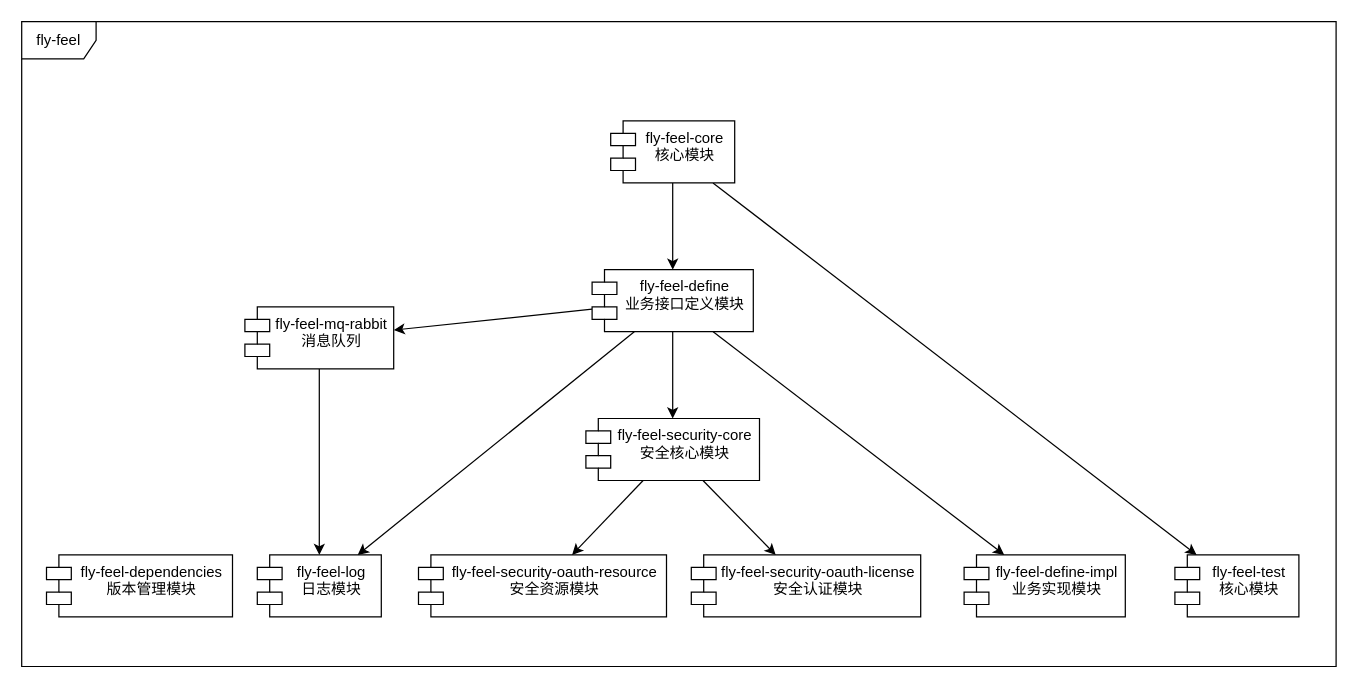
The draw.io diagram doc/模块依赖关系图.drawio in Cikaros/fly-feel, before the edit. Source tidied: cells renumbered, new cells numbered last; positions are measured from the earlier drawing's top-left corner, leaving out a move shared by most shapes. Both pictures are drawn from the tidied source at 124%, with x=0, y=0 at pixel (21, 21).
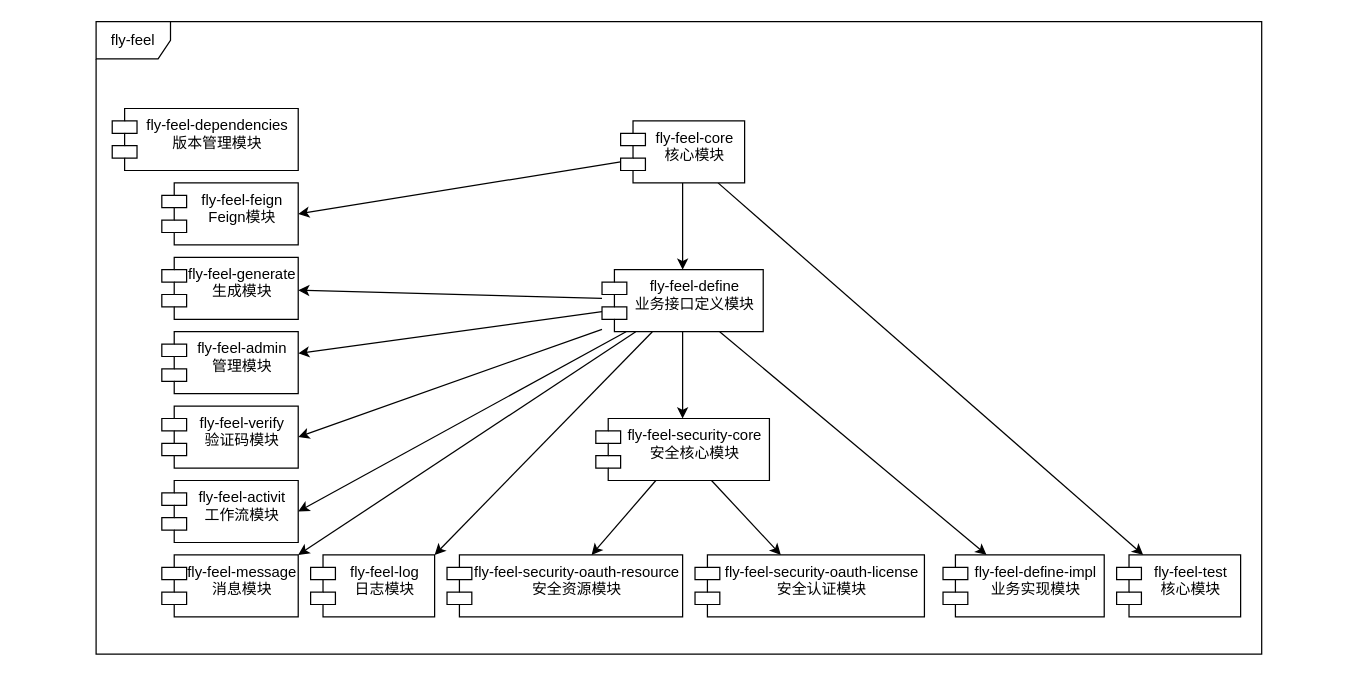
The same page after the edit.

Change to the diagram source:
```diff
@@
     <mxCell id="2" value="fly-feel" style="shape=umlFrame;whiteSpace=wrap;html=1;" parent="1" vertex="1">
-      <mxGeometry width="1060" height="520" as="geometry" />
+      <mxGeometry x="60" width="940" height="510" as="geometry" />
     </mxCell>
@@
+    <mxCell id="22" style="edgeStyle=none;rounded=0;jettySize=auto;html=1;entryX=1;entryY=0.5;entryDx=0;entryDy=0;" parent="1" edge="1" source="5" target="31">
+      <mxGeometry relative="1" as="geometry" />
+    </mxCell>
     <mxCell id="5" value="fly-feel-core&#10;核心模块" style="shape=module;align=left;spacingLeft=20;align=center;verticalAlign=top;" parent="1" vertex="1">
-      <mxGeometry x="475" y="80" width="100" height="50" as="geometry" />
+      <mxGeometry x="483" y="80" width="100" height="50" as="geometry" />
     </mxCell>
@@
-    <mxCell id="8" style="edgeStyle=none;rounded=0;jettySize=auto;html=1;" parent="1" edge="1" source="10" target="18">
+    <mxCell id="8" style="edgeStyle=none;rounded=0;jettySize=auto;html=1;entryX=1;entryY=0;entryDx=0;entryDy=0;" parent="1" edge="1" source="10" target="18">
       <mxGeometry relative="1" as="geometry" />
     </mxCell>
-    <mxCell id="9" style="edgeStyle=none;rounded=0;jettySize=auto;html=1;" parent="1" edge="1" source="10" target="20">
-      <mxGeometry relative="1" as="geometry" />
-    </mxCell>
+    <mxCell id="23" style="rounded=0;jettySize=auto;html=1;entryX=1;entryY=0;entryDx=0;entryDy=0;" parent="1" edge="1" source="10" target="28">
+      <mxGeometry relative="1" as="geometry" />
+    </mxCell>
+    <mxCell id="24" style="edgeStyle=none;rounded=0;jettySize=auto;html=1;entryX=1;entryY=0.5;entryDx=0;entryDy=0;" parent="1" edge="1" source="10" target="29">
+      <mxGeometry relative="1" as="geometry" />
+    </mxCell>
+    <mxCell id="25" style="edgeStyle=none;rounded=0;jettySize=auto;html=1;entryX=1;entryY=0.5;entryDx=0;entryDy=0;" parent="1" edge="1" source="10" target="30">
+      <mxGeometry relative="1" as="geometry" />
+    </mxCell>
+    <mxCell id="26" style="edgeStyle=none;rounded=0;jettySize=auto;html=1;" parent="1" edge="1" source="10" target="32">
+      <mxGeometry relative="1" as="geometry" />
+    </mxCell>
+    <mxCell id="27" style="edgeStyle=none;rounded=0;jettySize=auto;html=1;" parent="1" edge="1" source="10" target="33">
+      <mxGeometry relative="1" as="geometry" />
+    </mxCell>
     <mxCell id="10" value="fly-feel-define&#10;业务接口定义模块" style="shape=module;align=left;spacingLeft=20;align=center;verticalAlign=top;" parent="1" vertex="1">
-      <mxGeometry x="460" y="200" width="130" height="50" as="geometry" />
+      <mxGeometry x="468" y="200" width="130" height="50" as="geometry" />
     </mxCell>
     <mxCell id="11" value="fly-feel-dependencies&#10;版本管理模块" style="shape=module;align=left;spacingLeft=20;align=center;verticalAlign=top;" parent="1" vertex="1">
-      <mxGeometry x="20" y="430" width="150" height="50" as="geometry" />
+      <mxGeometry x="73" y="70" width="150" height="50" as="geometry" />
     </mxCell>
     <mxCell id="12" value="fly-feel-define-impl&#10;业务实现模块" style="shape=module;align=left;spacingLeft=20;align=center;verticalAlign=top;" parent="1" vertex="1">
-      <mxGeometry x="760" y="430" width="130" height="50" as="geometry" />
+      <mxGeometry x="743" y="430" width="130" height="50" as="geometry" />
     </mxCell>
@@
     <mxCell id="15" value="fly-feel-security-core&#10;安全核心模块" style="shape=module;align=left;spacingLeft=20;align=center;verticalAlign=top;" parent="1" vertex="1">
-      <mxGeometry x="455" y="320" width="140" height="50" as="geometry" />
+      <mxGeometry x="463" y="320" width="140" height="50" as="geometry" />
     </mxCell>
     <mxCell id="16" value="fly-feel-security-oauth-license&#10;安全认证模块" style="shape=module;align=left;spacingLeft=20;align=center;verticalAlign=top;" parent="1" vertex="1">
-      <mxGeometry x="540" y="430" width="185" height="50" as="geometry" />
+      <mxGeometry x="543" y="430" width="185" height="50" as="geometry" />
     </mxCell>
     <mxCell id="17" value="fly-feel-security-oauth-resource&#10;安全资源模块" style="shape=module;align=left;spacingLeft=20;align=center;verticalAlign=top;" parent="1" vertex="1">
-      <mxGeometry x="320" y="430" width="200" height="50" as="geometry" />
+      <mxGeometry x="343" y="430" width="190" height="50" as="geometry" />
     </mxCell>
     <mxCell id="18" value="fly-feel-log&#10;日志模块" style="shape=module;align=left;spacingLeft=20;align=center;verticalAlign=top;" parent="1" vertex="1">
-      <mxGeometry x="190" y="430" width="100" height="50" as="geometry" />
+      <mxGeometry x="233" y="430" width="100" height="50" as="geometry" />
     </mxCell>
-    <mxCell id="19" style="edgeStyle=none;rounded=0;jettySize=auto;html=1;" parent="1" edge="1" source="20" target="18">
-      <mxGeometry relative="1" as="geometry" />
-    </mxCell>
-    <mxCell id="20" value="fly-feel-mq-rabbit&#10;消息队列" style="shape=module;align=left;spacingLeft=20;align=center;verticalAlign=top;" parent="1" vertex="1">
-      <mxGeometry x="180" y="230" width="120" height="50" as="geometry" />
-    </mxCell>
     <mxCell id="21" value="fly-feel-test&#10;核心模块" style="shape=module;align=left;spacingLeft=20;align=center;verticalAlign=top;" parent="1" vertex="1">
-      <mxGeometry x="930" y="430" width="100" height="50" as="geometry" />
+      <mxGeometry x="883" y="430" width="100" height="50" as="geometry" />
     </mxCell>
+    <mxCell id="28" value="fly-feel-message&#10;消息模块" style="shape=module;align=left;spacingLeft=20;align=center;verticalAlign=top;" parent="1" vertex="1">
+      <mxGeometry x="113" y="430" width="110" height="50" as="geometry" />
+    </mxCell>
+    <mxCell id="29" value="fly-feel-verify&#10;验证码模块" style="shape=module;align=left;spacingLeft=20;align=center;verticalAlign=top;" parent="1" vertex="1">
+      <mxGeometry x="113" y="310" width="110" height="50" as="geometry" />
+    </mxCell>
+    <mxCell id="30" value="fly-feel-activit&#10;工作流模块" style="shape=module;align=left;spacingLeft=20;align=center;verticalAlign=top;" parent="1" vertex="1">
+      <mxGeometry x="113" y="370" width="110" height="50" as="geometry" />
+    </mxCell>
+    <mxCell id="31" value="fly-feel-feign&#10;Feign模块" style="shape=module;align=left;spacingLeft=20;align=center;verticalAlign=top;" parent="1" vertex="1">
+      <mxGeometry x="113" y="130" width="110" height="50" as="geometry" />
+    </mxCell>
+    <mxCell id="32" value="fly-feel-generate&#10;生成模块" style="shape=module;align=left;spacingLeft=20;align=center;verticalAlign=top;" parent="1" vertex="1">
+      <mxGeometry x="113" y="190" width="110" height="50" as="geometry" />
+    </mxCell>
+    <mxCell id="33" value="fly-feel-admin&#10;管理模块" style="shape=module;align=left;spacingLeft=20;align=center;verticalAlign=top;" parent="1" vertex="1">
+      <mxGeometry x="113" y="250" width="110" height="50" as="geometry" />
+    </mxCell>
```
